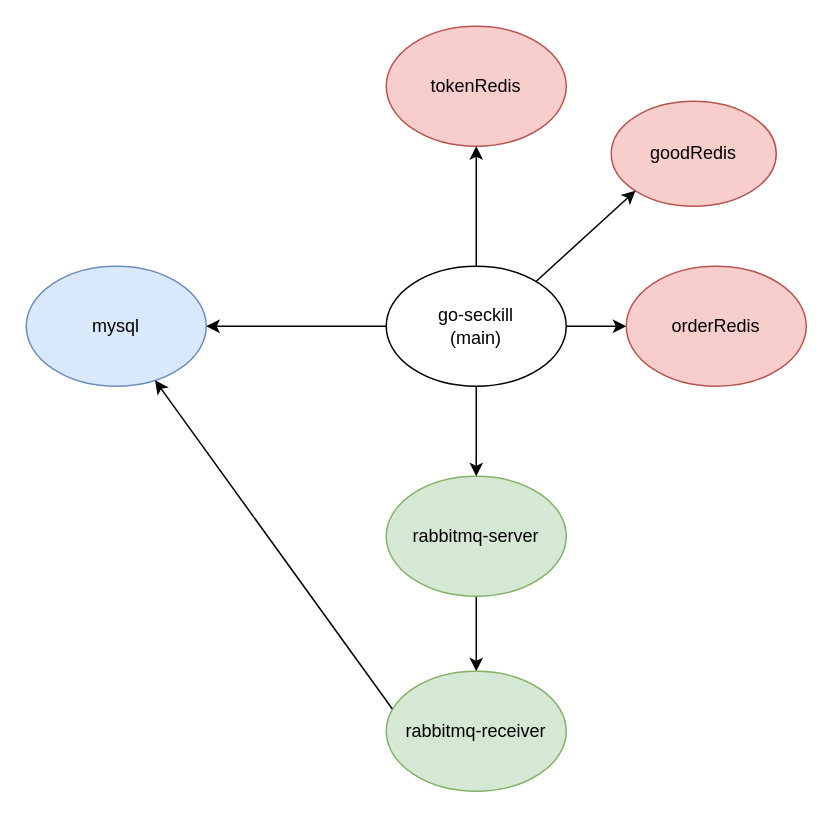
Above: assets/disgrams/docker-structure.drawio in rogerBridge/go-seckill-api (draw.io), before the change. Source tidied: cells renumbered, new cells numbered last; positions are measured from the earlier drawing's top-left corner, leaving out a move shared by most shapes. Both pictures are drawn from the tidied source at 150%, with x=0, y=0 at pixel (26, 26).
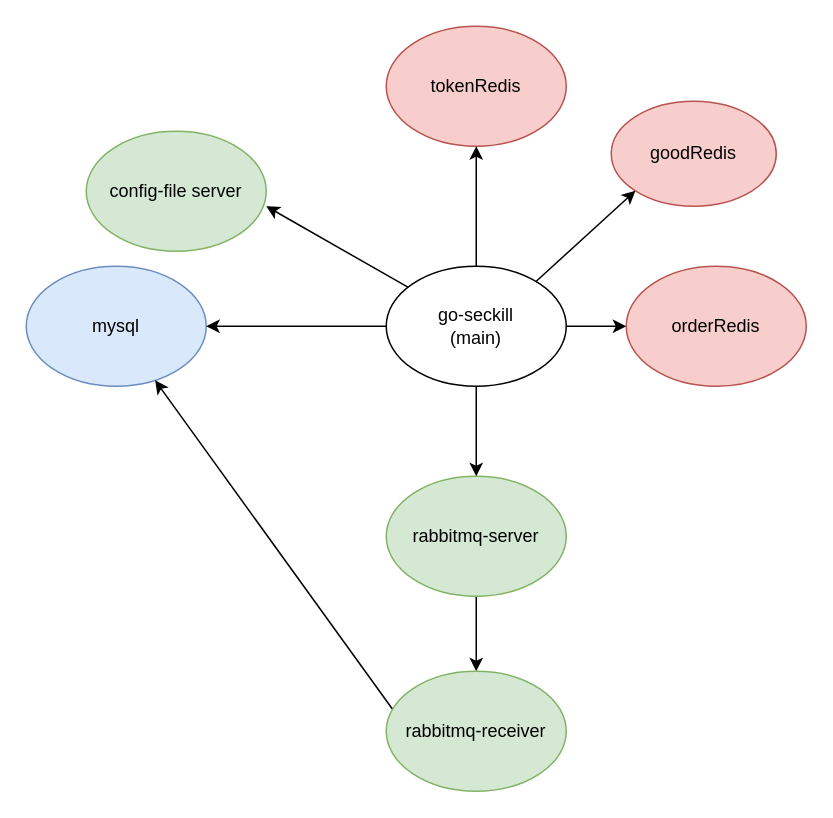
The same diagram, later.

Commit message (it also covers changes not shown here):
update: assets/disgrams

Change to the diagram source:
```diff
@@
 <mxGraphModel>
   <root>
     <mxCell id="0" />
     <mxCell id="1" parent="0" />
     <mxCell id="2" value="&lt;div&gt;orderRedis&lt;/div&gt;" style="ellipse;whiteSpace=wrap;html=1;fillColor=#f8cecc;strokeColor=#b85450;" parent="1" vertex="1">
       <mxGeometry x="400" y="160" width="120" height="80" as="geometry" />
     </mxCell>
     <mxCell id="3" value="&lt;div&gt;tokenRedis&lt;/div&gt;" style="ellipse;whiteSpace=wrap;html=1;fillColor=#f8cecc;strokeColor=#b85450;" parent="1" vertex="1">
       <mxGeometry x="240" width="120" height="80" as="geometry" />
     </mxCell>
     <mxCell id="4" value="&lt;div&gt;goodRedis&lt;/div&gt;" style="ellipse;whiteSpace=wrap;html=1;fillColor=#f8cecc;strokeColor=#b85450;" parent="1" vertex="1">
       <mxGeometry x="390" y="50" width="110" height="70" as="geometry" />
     </mxCell>
     <mxCell id="5" value="mysql" style="ellipse;whiteSpace=wrap;html=1;fillColor=#dae8fc;strokeColor=#6c8ebf;" parent="1" vertex="1">
       <mxGeometry y="160" width="120" height="80" as="geometry" />
     </mxCell>
     <mxCell id="6" style="edgeStyle=orthogonalEdgeStyle;rounded=0;jettySize=auto;html=1;entryX=0.5;entryY=0;entryDx=0;entryDy=0;" parent="1" edge="1" source="7" target="8">
       <mxGeometry relative="1" as="geometry" />
     </mxCell>
     <mxCell id="7" value="rabbitmq-server" style="ellipse;whiteSpace=wrap;html=1;fillColor=#d5e8d4;strokeColor=#82b366;" parent="1" vertex="1">
       <mxGeometry x="240" y="300" width="120" height="80" as="geometry" />
     </mxCell>
     <mxCell id="8" value="rabbitmq-receiver" style="ellipse;whiteSpace=wrap;html=1;fillColor=#d5e8d4;strokeColor=#82b366;" parent="1" vertex="1">
       <mxGeometry x="240" y="430" width="120" height="80" as="geometry" />
     </mxCell>
     <mxCell id="9" style="edgeStyle=orthogonalEdgeStyle;rounded=0;jettySize=auto;html=1;entryX=1;entryY=0.5;entryDx=0;entryDy=0;" parent="1" edge="1" source="13" target="5">
       <mxGeometry relative="1" as="geometry" />
     </mxCell>
     <mxCell id="10" style="edgeStyle=orthogonalEdgeStyle;rounded=0;jettySize=auto;html=1;entryX=0;entryY=0.5;entryDx=0;entryDy=0;" parent="1" edge="1" source="13" target="2">
       <mxGeometry relative="1" as="geometry" />
     </mxCell>
     <mxCell id="11" style="edgeStyle=orthogonalEdgeStyle;rounded=0;jettySize=auto;html=1;entryX=0.5;entryY=1;entryDx=0;entryDy=0;" parent="1" edge="1" source="13" target="3">
       <mxGeometry relative="1" as="geometry" />
     </mxCell>
     <mxCell id="12" style="edgeStyle=orthogonalEdgeStyle;rounded=0;jettySize=auto;html=1;exitX=0.5;exitY=1;exitDx=0;exitDy=0;" parent="1" edge="1" source="13" target="7">
       <mxGeometry relative="1" as="geometry" />
     </mxCell>
     <mxCell id="13" value="&lt;div&gt;go-seckill&lt;/div&gt;&lt;div&gt;(main)&lt;br&gt;&lt;/div&gt;" style="ellipse;whiteSpace=wrap;html=1;" parent="1" vertex="1">
       <mxGeometry x="240" y="160" width="120" height="80" as="geometry" />
     </mxCell>
     <mxCell id="14" style="endArrow=classic;html=1;entryX=0;entryY=1;entryDx=0;entryDy=0;" parent="1" edge="1" target="4">
       <mxGeometry relative="1" as="geometry">
         <mxPoint x="340" y="170" as="sourcePoint" />
       </mxGeometry>
     </mxCell>
     <mxCell id="15" style="endArrow=classic;html=1;exitX=0.033;exitY=0.313;exitDx=0;exitDy=0;exitPerimeter=0;" parent="1" edge="1" source="8" target="5">
       <mxGeometry relative="1" as="geometry" />
     </mxCell>
+    <mxCell id="16" style="endArrow=classic;html=1;" parent="1" edge="1" source="13">
+      <mxGeometry relative="1" as="geometry">
+        <mxPoint x="160" y="120" as="targetPoint" />
+      </mxGeometry>
+    </mxCell>
+    <mxCell id="17" value="config-file server" style="ellipse;whiteSpace=wrap;html=1;fillColor=#d5e8d4;strokeColor=#82b366;" parent="1" vertex="1">
+      <mxGeometry x="40" y="70" width="120" height="80" as="geometry" />
+    </mxCell>
   </root>
 </mxGraphModel>
```
